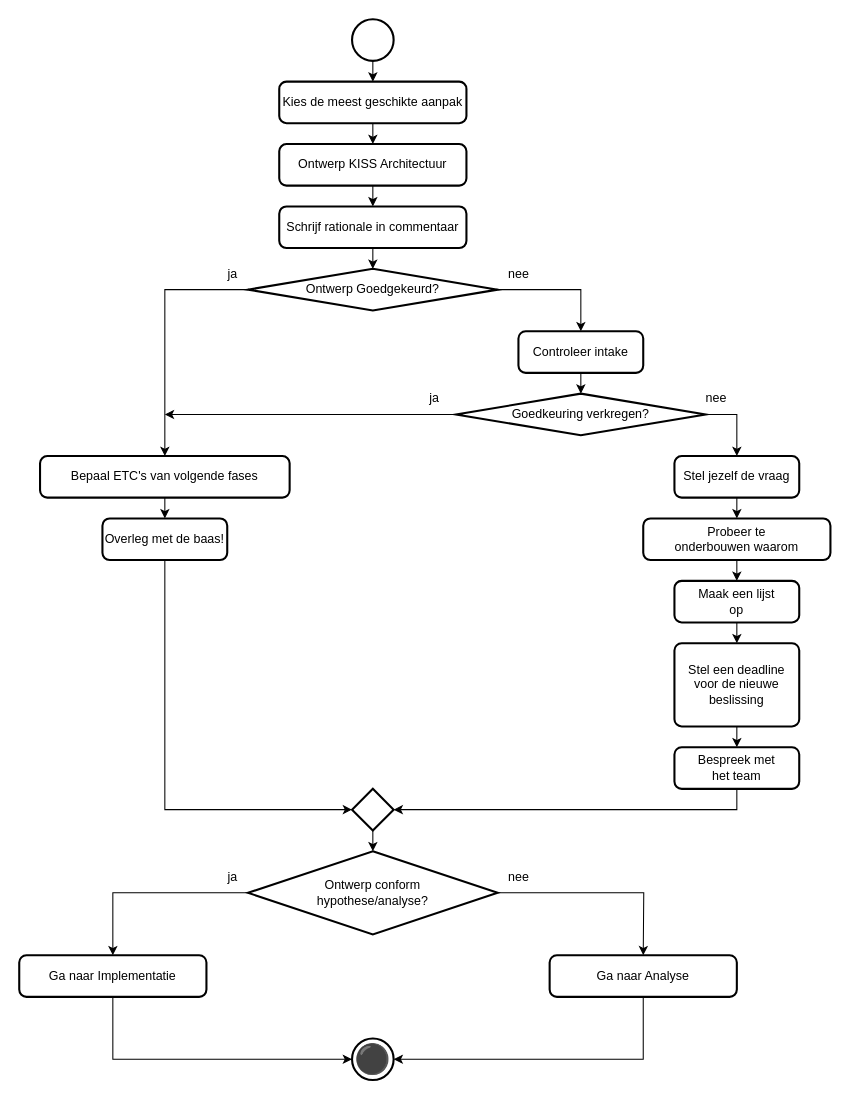
Before: 3 Issue Tracker ontwerp.drawio in Zaibatsu89/IssueTracker, a draw.io diagram. Source tidied: cells renumbered, new cells numbered last; positions are measured from the earlier drawing's top-left corner, leaving out a move shared by most shapes. Both pictures are drawn from the tidied source at 104%, with x=0, y=0 at pixel (19, 19).
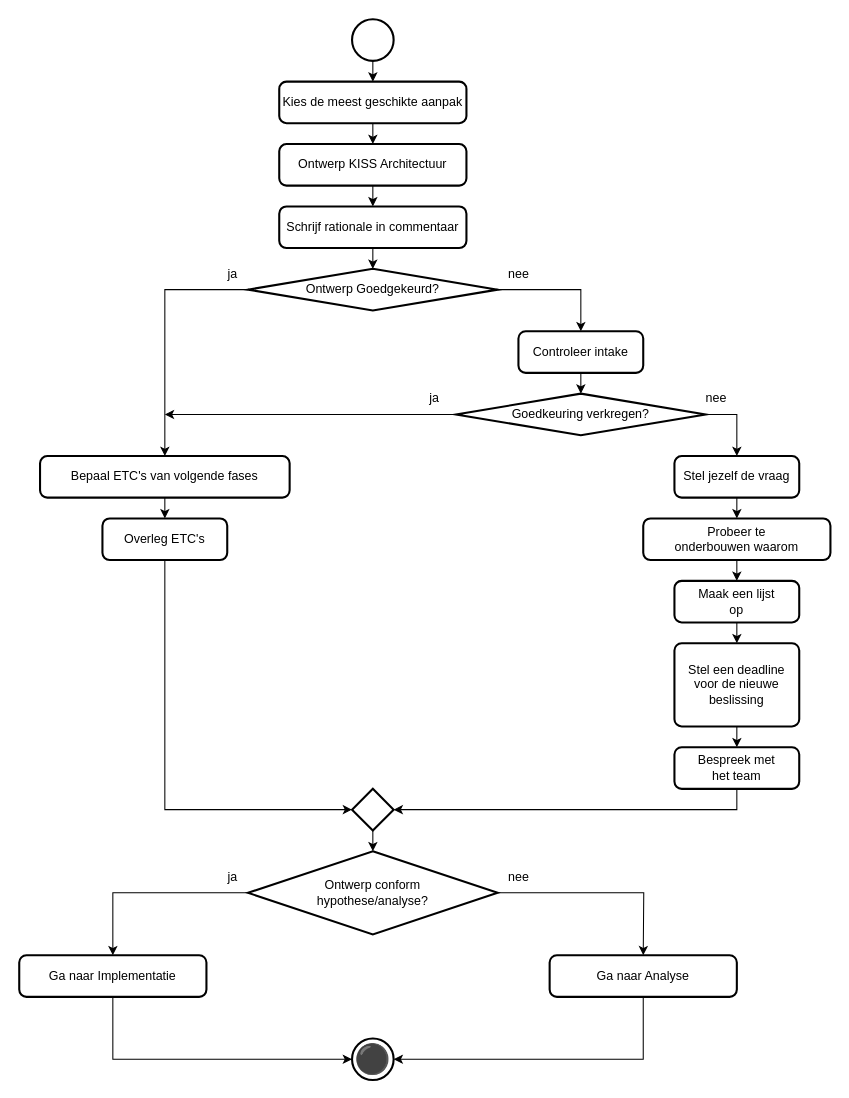
The same page after the edit.

Diff of the diagram source:
```diff
@@
-    <mxCell id="42" value="Overleg met de baas!" style="rounded=1;whiteSpace=wrap;html=1;absoluteArcSize=1;arcSize=14;strokeWidth=2;" parent="1" vertex="1">
+    <mxCell id="42" value="Overleg ETC's" style="rounded=1;whiteSpace=wrap;html=1;absoluteArcSize=1;arcSize=14;strokeWidth=2;" parent="1" vertex="1">
       <mxGeometry x="80" y="480" width="120" height="40" as="geometry" />
     </mxCell>
```
